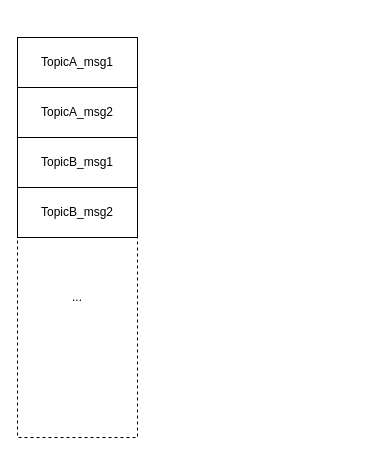
bluefantasy2014/draw.io keeps this draw.io diagram as RocketMQ_消息存储.drawio. Above is the earlier version. Source tidied: cells renumbered, new cells numbered last; positions are measured from the earlier drawing's top-left corner, leaving out a move shared by most shapes. Both pictures are drawn from the tidied source at 100%, with x=0, y=0 at pixel (17, 37).
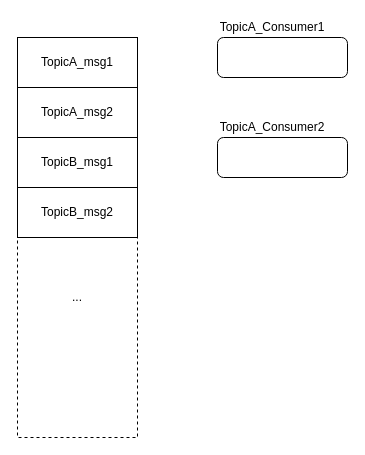
Above is the later version.

Change to the diagram source:
```diff
@@
 <mxGraphModel>
   <root>
     <mxCell id="0" />
     <mxCell id="1" parent="0" />
     <mxCell id="2" style="rounded=0;whiteSpace=wrap;html=1;dashed=1;" parent="1" vertex="1">
       <mxGeometry width="120" height="400" as="geometry" />
     </mxCell>
     <mxCell id="3" value="TopicA_msg1" style="rounded=0;whiteSpace=wrap;html=1;" parent="1" vertex="1">
       <mxGeometry width="120" height="50" as="geometry" />
     </mxCell>
     <mxCell id="4" value="TopicA_msg2" style="rounded=0;whiteSpace=wrap;html=1;" parent="1" vertex="1">
       <mxGeometry y="50" width="120" height="50" as="geometry" />
     </mxCell>
     <mxCell id="5" value="TopicB_msg1" style="rounded=0;whiteSpace=wrap;html=1;" parent="1" vertex="1">
       <mxGeometry y="100" width="120" height="50" as="geometry" />
     </mxCell>
     <mxCell id="6" value="TopicB_msg2" style="rounded=0;whiteSpace=wrap;html=1;" parent="1" vertex="1">
       <mxGeometry y="150" width="120" height="50" as="geometry" />
     </mxCell>
     <mxCell id="7" value="..." style="text;html=1;strokeColor=none;fillColor=none;align=center;verticalAlign=middle;whiteSpace=wrap;rounded=0;dashed=1;" parent="1" vertex="1">
       <mxGeometry x="40" y="250" width="40" height="20" as="geometry" />
     </mxCell>
+    <mxCell id="8" style="rounded=1;whiteSpace=wrap;html=1;" parent="1" vertex="1">
+      <mxGeometry x="200" width="130" height="40" as="geometry" />
+    </mxCell>
+    <mxCell id="9" value="TopicA_Consumer1" style="text;html=1;strokeColor=none;fillColor=none;align=center;verticalAlign=middle;whiteSpace=wrap;rounded=0;" parent="1" vertex="1">
+      <mxGeometry x="200" y="-20" width="110" height="20" as="geometry" />
+    </mxCell>
+    <mxCell id="10" style="rounded=1;whiteSpace=wrap;html=1;" parent="1" vertex="1">
+      <mxGeometry x="200" y="100" width="130" height="40" as="geometry" />
+    </mxCell>
+    <mxCell id="11" value="TopicA_Consumer2" style="text;html=1;strokeColor=none;fillColor=none;align=center;verticalAlign=middle;whiteSpace=wrap;rounded=0;" parent="1" vertex="1">
+      <mxGeometry x="200" y="80" width="110" height="20" as="geometry" />
+    </mxCell>
   </root>
 </mxGraphModel>
```
